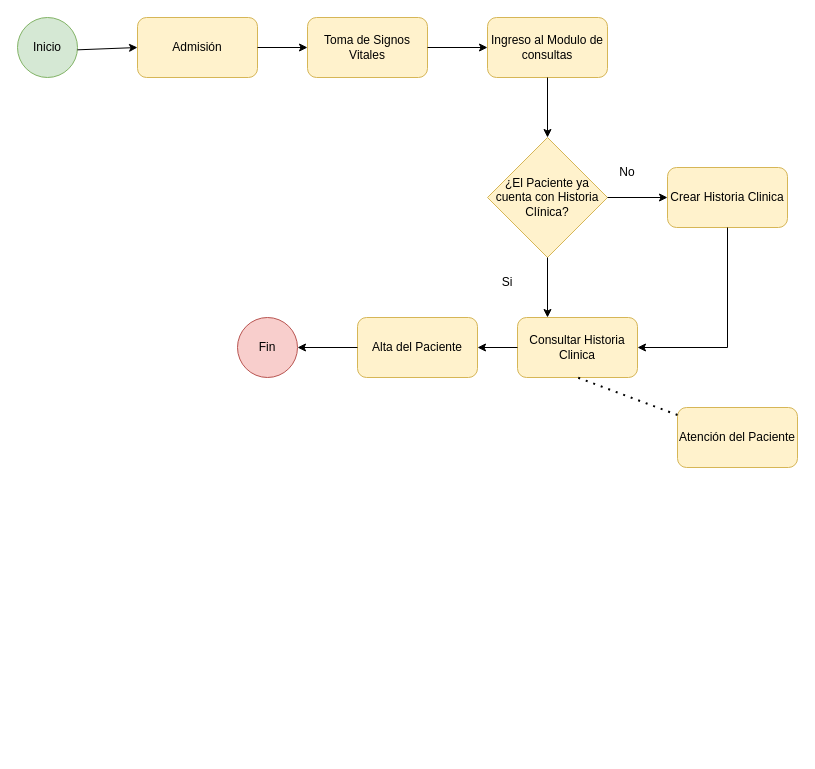
Above: page "Diagrama de Flujo de Historia Clinica" (5 of 6) of Untitled Diagram.drawio in marguello86/Equipo1_MINSA (draw.io), before the change. Source tidied: cells renumbered, new cells numbered last; positions are measured from the earlier drawing's top-left corner, leaving out a move shared by most shapes. Both pictures are drawn from the tidied source at 100%, with x=0, y=0 at pixel (17, 17).
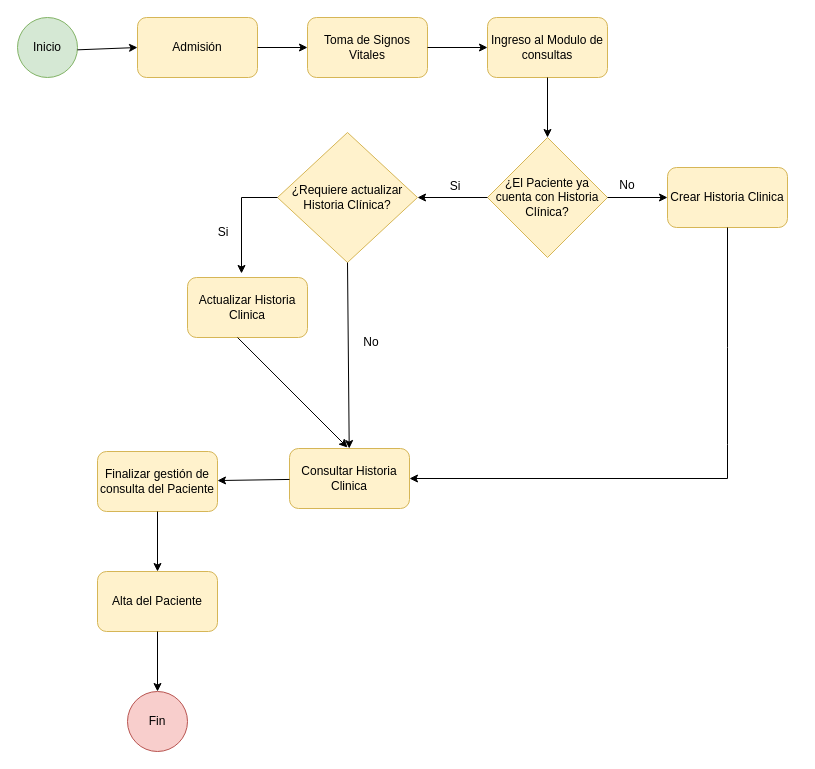
The same page after the edit.

Unchanged cells that the change refers to:
```xml
<mxCell id="9" value="¿El Paciente ya cuenta con Historia Clínica?" style="rhombus;whiteSpace=wrap;html=1;fillColor=#fff2cc;strokeColor=#d6b656;" parent="1" vertex="1">
  <mxGeometry x="470" y="120" width="120" height="120" as="geometry" />
</mxCell>
<mxCell id="14" value="Crear Historia Clinica" style="rounded=1;whiteSpace=wrap;html=1;fillColor=#fff2cc;strokeColor=#d6b656;" parent="1" vertex="1">
  <mxGeometry x="650" y="150" width="120" height="60" as="geometry" />
</mxCell>
```

What changed in the source:
```diff
@@
     <mxCell id="11" value="Si" style="text;html=1;strokeColor=none;fillColor=none;align=center;verticalAlign=middle;whiteSpace=wrap;rounded=0;" parent="1" vertex="1">
-      <mxGeometry x="460" y="250" width="60" height="30" as="geometry" />
+      <mxGeometry x="408" y="154" width="60" height="30" as="geometry" />
     </mxCell>
     <mxCell id="12" value="No" style="text;html=1;strokeColor=none;fillColor=none;align=center;verticalAlign=middle;whiteSpace=wrap;rounded=0;" parent="1" vertex="1">
-      <mxGeometry x="580" y="140" width="60" height="30" as="geometry" />
+      <mxGeometry x="580" y="153" width="60" height="30" as="geometry" />
     </mxCell>
-    <mxCell id="13" style="endArrow=classic;html=1;rounded=0;exitX=0.5;exitY=1;exitDx=0;exitDy=0;" parent="1" edge="1" source="9">
-      <mxGeometry relative="1" as="geometry">
-        <mxPoint x="530" y="300" as="targetPoint" />
-      </mxGeometry>
+    <mxCell id="13" style="endArrow=classic;html=1;rounded=0;exitX=0;exitY=0.5;exitDx=0;exitDy=0;" parent="1" edge="1" source="9" target="24">
+      <mxGeometry relative="1" as="geometry" />
     </mxCell>
@@
     <mxCell id="16" value="Consultar Historia Clinica" style="rounded=1;whiteSpace=wrap;html=1;fillColor=#fff2cc;strokeColor=#d6b656;" parent="1" vertex="1">
-      <mxGeometry x="500" y="300" width="120" height="60" as="geometry" />
+      <mxGeometry x="272" y="431" width="120" height="60" as="geometry" />
     </mxCell>
     <mxCell id="17" style="endArrow=classic;html=1;rounded=0;" parent="1" edge="1" source="14" target="16">
       <mxGeometry relative="1" as="geometry">
         <Array as="points">
           <mxPoint x="710" y="330" />
+          <mxPoint x="710" y="427" />
+          <mxPoint x="710" y="461" />
         </Array>
       </mxGeometry>
     </mxCell>
-    <mxCell id="18" value="Atención del Paciente" style="rounded=1;whiteSpace=wrap;html=1;fillColor=#fff2cc;strokeColor=#d6b656;" parent="1" vertex="1">
-      <mxGeometry x="660" y="390" width="120" height="60" as="geometry" />
-    </mxCell>
-    <mxCell id="19" style="endArrow=none;dashed=1;html=1;dashPattern=1 3;strokeWidth=2;rounded=0;entryX=0.5;entryY=1;entryDx=0;entryDy=0;" parent="1" edge="1" source="18" target="16">
-      <mxGeometry relative="1" as="geometry" />
-    </mxCell>
     <mxCell id="20" value="Alta del Paciente" style="rounded=1;whiteSpace=wrap;html=1;fillColor=#fff2cc;strokeColor=#d6b656;" parent="1" vertex="1">
-      <mxGeometry x="340" y="300" width="120" height="60" as="geometry" />
+      <mxGeometry x="80" y="554" width="120" height="60" as="geometry" />
     </mxCell>
-    <mxCell id="21" style="endArrow=classic;html=1;rounded=0;entryX=1;entryY=0.5;entryDx=0;entryDy=0;" parent="1" edge="1" source="16" target="20">
+    <mxCell id="21" style="endArrow=classic;html=1;rounded=0;" parent="1" edge="1" source="16" target="31">
       <mxGeometry relative="1" as="geometry" />
     </mxCell>
     <mxCell id="22" value="Fin" style="ellipse;whiteSpace=wrap;html=1;fillColor=#f8cecc;strokeColor=#b85450;" parent="1" vertex="1">
-      <mxGeometry x="220" y="300" width="60" height="60" as="geometry" />
+      <mxGeometry x="110" y="674" width="60" height="60" as="geometry" />
     </mxCell>
-    <mxCell id="23" style="endArrow=classic;html=1;rounded=0;exitX=0;exitY=0.5;exitDx=0;exitDy=0;" parent="1" edge="1" source="20" target="22">
+    <mxCell id="23" style="endArrow=classic;html=1;rounded=0;exitX=0.5;exitY=1;exitDx=0;exitDy=0;" parent="1" edge="1" source="20" target="22">
       <mxGeometry relative="1" as="geometry" />
     </mxCell>
+    <mxCell id="24" value="¿Requiere actualizar Historia Clínica?" style="rhombus;whiteSpace=wrap;html=1;fillColor=#fff2cc;strokeColor=#d6b656;" parent="1" vertex="1">
+      <mxGeometry x="260" y="115" width="140" height="130" as="geometry" />
+    </mxCell>
+    <mxCell id="25" value="Actualizar Historia Clinica" style="rounded=1;whiteSpace=wrap;html=1;fillColor=#fff2cc;strokeColor=#d6b656;" parent="1" vertex="1">
+      <mxGeometry x="170" y="260" width="120" height="60" as="geometry" />
+    </mxCell>
+    <mxCell id="26" style="endArrow=classic;html=1;rounded=0;entryX=0.45;entryY=-0.067;entryDx=0;entryDy=0;entryPerimeter=0;exitX=0;exitY=0.5;exitDx=0;exitDy=0;" parent="1" edge="1" source="24" target="25">
+      <mxGeometry relative="1" as="geometry">
+        <Array as="points">
+          <mxPoint x="224" y="180" />
+        </Array>
+      </mxGeometry>
+    </mxCell>
+    <mxCell id="27" value="Si" style="text;html=1;strokeColor=none;fillColor=none;align=center;verticalAlign=middle;whiteSpace=wrap;rounded=0;" parent="1" vertex="1">
+      <mxGeometry x="176" y="200" width="60" height="30" as="geometry" />
+    </mxCell>
+    <mxCell id="28" style="endArrow=classic;html=1;rounded=0;exitX=0.5;exitY=1;exitDx=0;exitDy=0;" parent="1" edge="1" source="24" target="16">
+      <mxGeometry relative="1" as="geometry" />
+    </mxCell>
+    <mxCell id="29" value="No" style="text;html=1;strokeColor=none;fillColor=none;align=center;verticalAlign=middle;whiteSpace=wrap;rounded=0;" parent="1" vertex="1">
+      <mxGeometry x="324" y="310" width="60" height="30" as="geometry" />
+    </mxCell>
+    <mxCell id="30" style="endArrow=classic;html=1;rounded=0;exitX=0.417;exitY=1;exitDx=0;exitDy=0;exitPerimeter=0;" parent="1" edge="1" source="25">
+      <mxGeometry relative="1" as="geometry">
+        <mxPoint x="330" y="430" as="targetPoint" />
+      </mxGeometry>
+    </mxCell>
+    <mxCell id="31" value="Finalizar gestión de consulta del Paciente" style="rounded=1;whiteSpace=wrap;html=1;fillColor=#fff2cc;strokeColor=#d6b656;" parent="1" vertex="1">
+      <mxGeometry x="80" y="434" width="120" height="60" as="geometry" />
+    </mxCell>
+    <mxCell id="32" style="endArrow=classic;html=1;rounded=0;exitX=0.5;exitY=1;exitDx=0;exitDy=0;entryX=0.5;entryY=0;entryDx=0;entryDy=0;" parent="1" edge="1" source="31" target="20">
+      <mxGeometry relative="1" as="geometry" />
+    </mxCell>
```
